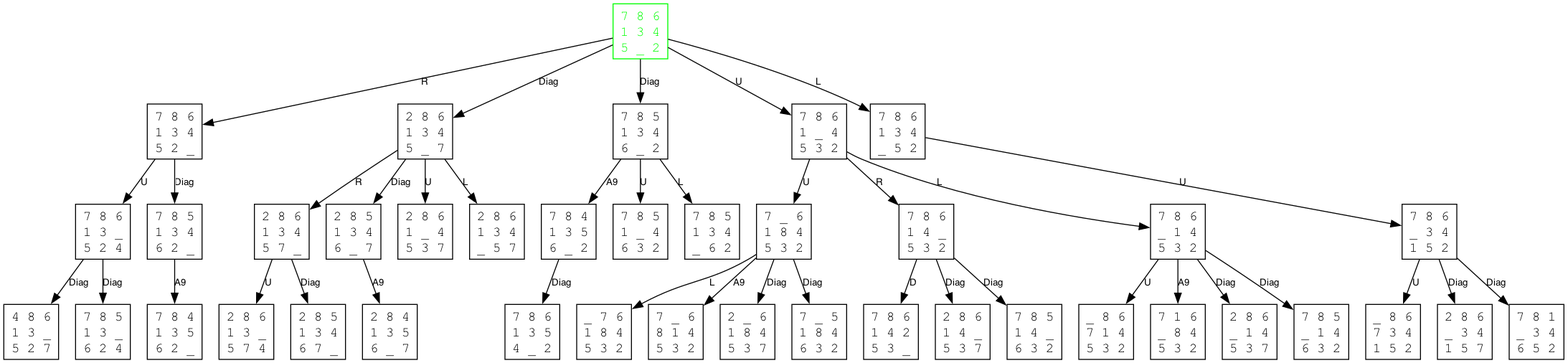
Earlier version of the Graphviz export Task1/search_tree.png (IvanTran0101/midterm_AI_2025-2026). Its source is kept beside it as Task1/search_tree.dot.
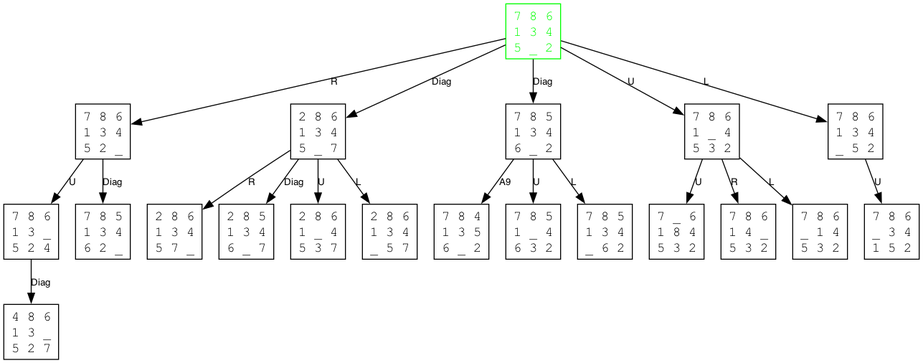
Later version of the same file.

The edit, as a diff of the source:
```diff
@@ -21,26 +21,6 @@
   n17 [label="7 8 5\n1 _ 4\n6 3 2", color="black", fontcolor="black"];
   n18 [label="7 8 5\n1 3 4\n_ 6 2", color="black", fontcolor="black"];
   n19 [label="4 8 6\n1 3 _\n5 2 7", color="black", fontcolor="black"];
-  n20 [label="7 8 5\n1 3 _\n6 2 4", color="black", fontcolor="black"];
-  n21 [label="7 8 4\n1 3 5\n6 2 _", color="black", fontcolor="black"];
-  n22 [label="2 8 6\n1 3 _\n5 7 4", color="black", fontcolor="black"];
-  n23 [label="2 8 5\n1 3 4\n6 7 _", color="black", fontcolor="black"];
-  n24 [label="2 8 4\n1 3 5\n6 _ 7", color="black", fontcolor="black"];
-  n25 [label="7 8 6\n1 3 5\n4 _ 2", color="black", fontcolor="black"];
-  n26 [label="_ 7 6\n1 8 4\n5 3 2", color="black", fontcolor="black"];
-  n27 [label="7 _ 6\n8 1 4\n5 3 2", color="black", fontcolor="black"];
-  n28 [label="2 _ 6\n1 8 4\n5 3 7", color="black", fontcolor="black"];
-  n29 [label="7 _ 5\n1 8 4\n6 3 2", color="black", fontcolor="black"];
-  n30 [label="7 8 6\n1 4 2\n5 3 _", color="black", fontcolor="black"];
-  n31 [label="2 8 6\n1 4 _\n5 3 7", color="black", fontcolor="black"];
-  n32 [label="7 8 5\n1 4 _\n6 3 2", color="black", fontcolor="black"];
-  n33 [label="_ 8 6\n7 1 4\n5 3 2", color="black", fontcolor="black"];
-  n34 [label="7 1 6\n_ 8 4\n5 3 2", color="black", fontcolor="black"];
-  n35 [label="2 8 6\n_ 1 4\n5 3 7", color="black", fontcolor="black"];
-  n36 [label="7 8 5\n_ 1 4\n6 3 2", color="black", fontcolor="black"];
-  n37 [label="_ 8 6\n7 3 4\n1 5 2", color="black", fontcolor="black"];
-  n38 [label="2 8 6\n_ 3 4\n1 5 7", color="black", fontcolor="black"];
-  n39 [label="7 8 1\n_ 3 4\n6 5 2", color="black", fontcolor="black"];
   n0 -> n1 [label="R"];
   n0 -> n2 [label="Diag"];
   n0 -> n3 [label="Diag"];
@@ -60,24 +40,4 @@
   n3 -> n17 [label="U"];
   n3 -> n18 [label="L"];
   n6 -> n19 [label="Diag"];
-  n6 -> n20 [label="Diag"];
-  n7 -> n21 [label="A9"];
-  n8 -> n22 [label="U"];
-  n8 -> n23 [label="Diag"];
-  n9 -> n24 [label="A9"];
-  n10 -> n25 [label="Diag"];
-  n11 -> n26 [label="L"];
-  n11 -> n27 [label="A9"];
-  n11 -> n28 [label="Diag"];
-  n11 -> n29 [label="Diag"];
-  n12 -> n30 [label="D"];
-  n12 -> n31 [label="Diag"];
-  n12 -> n32 [label="Diag"];
-  n13 -> n33 [label="U"];
-  n13 -> n34 [label="A9"];
-  n13 -> n35 [label="Diag"];
-  n13 -> n36 [label="Diag"];
-  n14 -> n37 [label="U"];
-  n14 -> n38 [label="Diag"];
-  n14 -> n39 [label="Diag"];
 }
```
